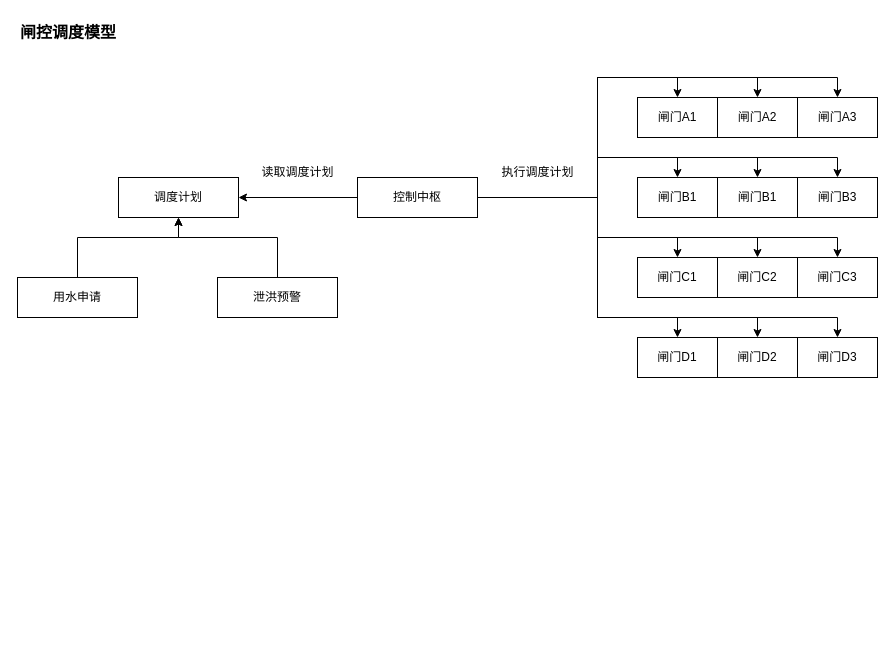
This is page "0001" (1 of 2) of src/main/work/zhonghuan/20231108212817.drawio from ab-doc/draw.io, a draw.io file, before an edit. Source tidied: cells renumbered, new cells numbered last; positions are measured from the earlier drawing's top-left corner, leaving out a move shared by most shapes. Both pictures are drawn from the tidied source at 100%, with x=0, y=0 at pixel (17, 17).
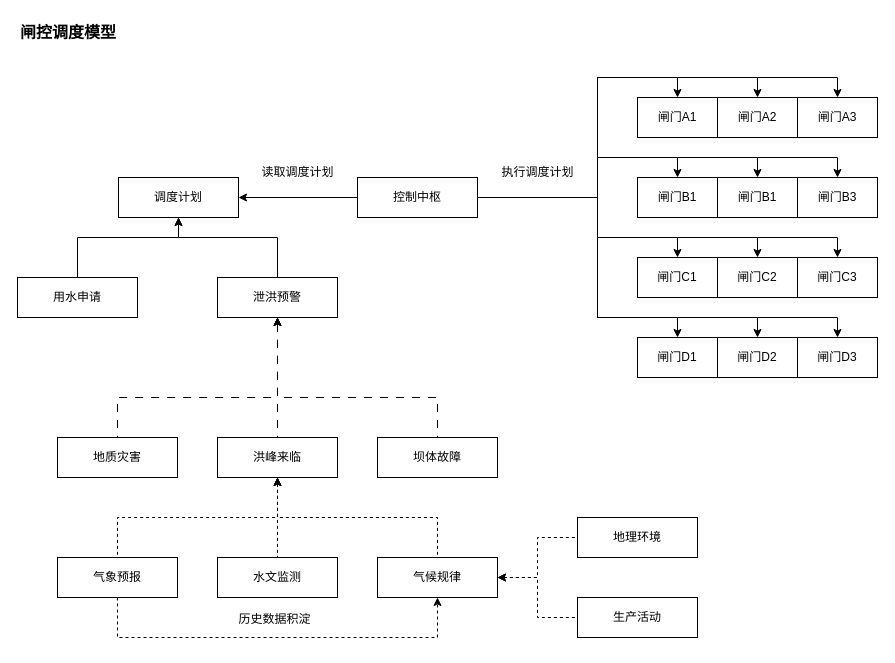
After the change.

The change refers to these unchanged cells:
```xml
<mxCell id="35" value="泄洪预警" style="rounded=0;whiteSpace=wrap;html=1;" parent="1" vertex="1">
  <mxGeometry x="200" y="260" width="120" height="40" as="geometry" />
</mxCell>
```

Change to the diagram source:
```diff
@@
+    <mxCell id="36" style="edgeStyle=orthogonalEdgeStyle;rounded=0;jettySize=auto;html=1;dashed=1;dashPattern=8 8;startArrow=classic;startFill=1;endArrow=none;endFill=0;" parent="1" edge="1" source="35" target="39">
+      <mxGeometry relative="1" as="geometry">
+        <Array as="points">
+          <mxPoint x="260" y="380" />
+          <mxPoint x="100" y="380" />
+        </Array>
+      </mxGeometry>
+    </mxCell>
+    <mxCell id="37" style="edgeStyle=orthogonalEdgeStyle;rounded=0;jettySize=auto;html=1;dashed=1;dashPattern=8 8;endArrow=none;endFill=0;startArrow=classic;startFill=1;" parent="1" edge="1" source="35" target="40">
+      <mxGeometry relative="1" as="geometry">
+        <Array as="points">
+          <mxPoint x="260" y="380" />
+          <mxPoint x="420" y="380" />
+        </Array>
+      </mxGeometry>
+    </mxCell>
+    <mxCell id="38" style="edgeStyle=orthogonalEdgeStyle;rounded=0;jettySize=auto;html=1;dashed=1;dashPattern=8 8;startArrow=classic;startFill=1;endArrow=none;endFill=0;" parent="1" edge="1" source="35" target="44">
+      <mxGeometry relative="1" as="geometry" />
+    </mxCell>
@@
+    <mxCell id="39" value="地质灾害" style="rounded=0;whiteSpace=wrap;html=1;" parent="1" vertex="1">
+      <mxGeometry x="40" y="420" width="120" height="40" as="geometry" />
+    </mxCell>
+    <mxCell id="40" value="坝体故障" style="rounded=0;whiteSpace=wrap;html=1;" parent="1" vertex="1">
+      <mxGeometry x="360" y="420" width="120" height="40" as="geometry" />
+    </mxCell>
+    <mxCell id="41" style="edgeStyle=orthogonalEdgeStyle;rounded=0;jettySize=auto;html=1;dashed=1;startArrow=classic;startFill=1;endArrow=none;endFill=0;" parent="1" edge="1" source="44" target="46">
+      <mxGeometry relative="1" as="geometry">
+        <Array as="points">
+          <mxPoint x="260" y="500" />
+          <mxPoint x="100" y="500" />
+        </Array>
+      </mxGeometry>
+    </mxCell>
+    <mxCell id="42" style="edgeStyle=orthogonalEdgeStyle;rounded=0;jettySize=auto;html=1;dashed=1;startArrow=classic;startFill=1;endArrow=none;endFill=0;" parent="1" edge="1" source="44" target="49">
+      <mxGeometry relative="1" as="geometry">
+        <Array as="points">
+          <mxPoint x="260" y="500" />
+          <mxPoint x="420" y="500" />
+        </Array>
+      </mxGeometry>
+    </mxCell>
+    <mxCell id="43" style="edgeStyle=orthogonalEdgeStyle;rounded=0;jettySize=auto;html=1;dashed=1;startArrow=classic;startFill=1;endArrow=none;endFill=0;" parent="1" edge="1" source="44" target="50">
+      <mxGeometry relative="1" as="geometry" />
+    </mxCell>
+    <mxCell id="44" value="洪峰来临" style="rounded=0;whiteSpace=wrap;html=1;" parent="1" vertex="1">
+      <mxGeometry x="200" y="420" width="120" height="40" as="geometry" />
+    </mxCell>
+    <mxCell id="45" style="edgeStyle=orthogonalEdgeStyle;rounded=0;jettySize=auto;html=1;entryX=0.5;entryY=1;entryDx=0;entryDy=0;exitX=0.5;exitY=1;exitDx=0;exitDy=0;dashed=1;" parent="1" edge="1" source="46" target="49">
+      <mxGeometry relative="1" as="geometry">
+        <Array as="points">
+          <mxPoint x="100" y="620" />
+          <mxPoint x="420" y="620" />
+        </Array>
+      </mxGeometry>
+    </mxCell>
+    <mxCell id="46" value="气象预报" style="rounded=0;whiteSpace=wrap;html=1;" parent="1" vertex="1">
+      <mxGeometry x="40" y="540" width="120" height="40" as="geometry" />
+    </mxCell>
+    <mxCell id="47" style="edgeStyle=orthogonalEdgeStyle;rounded=0;jettySize=auto;html=1;dashed=1;startArrow=classic;startFill=1;endArrow=none;endFill=0;" parent="1" edge="1" source="49" target="52">
+      <mxGeometry relative="1" as="geometry" />
+    </mxCell>
+    <mxCell id="48" style="edgeStyle=orthogonalEdgeStyle;rounded=0;jettySize=auto;html=1;startArrow=classic;startFill=1;endArrow=none;endFill=0;dashed=1;" parent="1" edge="1" source="49" target="53">
+      <mxGeometry relative="1" as="geometry" />
+    </mxCell>
+    <mxCell id="49" value="气候规律" style="rounded=0;whiteSpace=wrap;html=1;" parent="1" vertex="1">
+      <mxGeometry x="360" y="540" width="120" height="40" as="geometry" />
+    </mxCell>
+    <mxCell id="50" value="水文监测" style="rounded=0;whiteSpace=wrap;html=1;" parent="1" vertex="1">
+      <mxGeometry x="200" y="540" width="120" height="40" as="geometry" />
+    </mxCell>
+    <mxCell id="51" value="历史数据积淀" style="text;html=1;align=center;verticalAlign=middle;strokeColor=none;fillColor=none;" parent="1" vertex="1">
+      <mxGeometry x="207" y="587" width="100" height="30" as="geometry" />
+    </mxCell>
+    <mxCell id="52" value="地理环境" style="rounded=0;whiteSpace=wrap;html=1;" parent="1" vertex="1">
+      <mxGeometry x="560" y="500" width="120" height="40" as="geometry" />
+    </mxCell>
+    <mxCell id="53" value="生产活动" style="rounded=0;whiteSpace=wrap;html=1;" parent="1" vertex="1">
+      <mxGeometry x="560" y="580" width="120" height="40" as="geometry" />
+    </mxCell>
```
